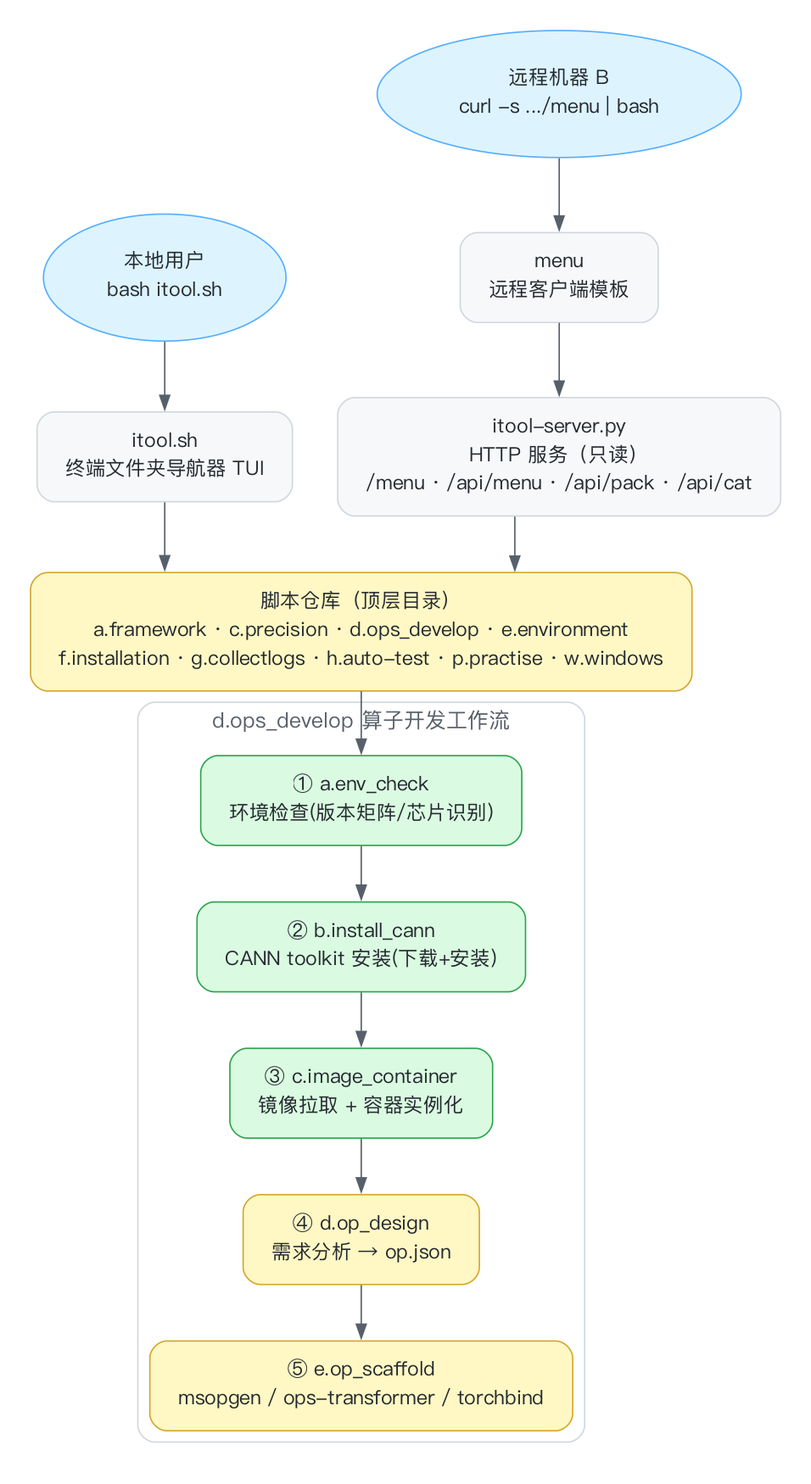
This is docs/itool-flow.png from qqiushizi/itool, a Graphviz export, as it was before one commit. Its source is kept beside it as docs/itool-flow.dot.
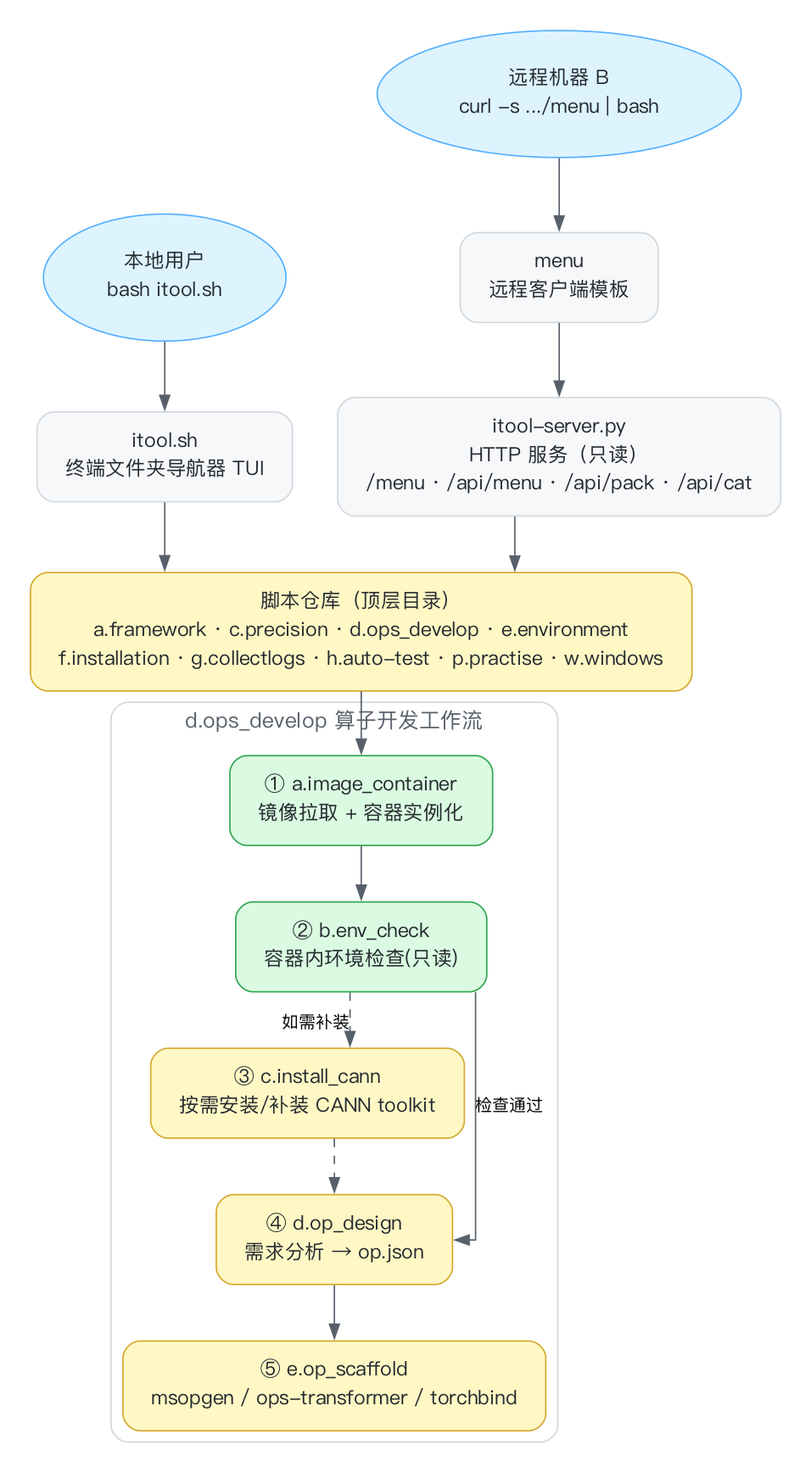
Above is the later version.

Change to the diagram source:
```diff
@@ -41,9 +41,9 @@
     fontcolor="#57606a";
     fontsize=15;
 
-    S1 [label="① a.env_check\n环境检查(版本矩阵/芯片识别)", fillcolor="#dafbe1", color="#2da44e"];
-    S2 [label="② b.install_cann\nCANN toolkit 安装(下载+安装)", fillcolor="#dafbe1", color="#2da44e"];
-    S3 [label="③ c.image_container\n镜像拉取 + 容器实例化", fillcolor="#dafbe1", color="#2da44e"];
+    S1 [label="① a.image_container\n镜像拉取 + 容器实例化", fillcolor="#dafbe1", color="#2da44e"];
+    S2 [label="② b.env_check\n容器内环境检查(只读)", fillcolor="#dafbe1", color="#2da44e"];
+    S3 [label="③ c.install_cann\n按需安装/补装 CANN toolkit", fillcolor="#fff8c5", color="#d4a72c"];
     S4 [label="④ d.op_design\n需求分析 → op.json", fillcolor="#fff8c5", color="#d4a72c"];
     S5 [label="⑤ e.op_scaffold\nmsopgen / ops-transformer / torchbind", fillcolor="#fff8c5", color="#d4a72c"];
   }
@@ -53,5 +53,9 @@
   T -> REPO;
   S -> REPO;
   REPO -> S1;
-  S1 -> S2 -> S3 -> S4 -> S5;
+  S1 -> S2;
+  S2 -> S3 [style=dashed, xlabel="如需补装"];
+  S3 -> S4 [style=dashed];
+  S2 -> S4 [xlabel="检查通过"];
+  S4 -> S5;
 }
```
